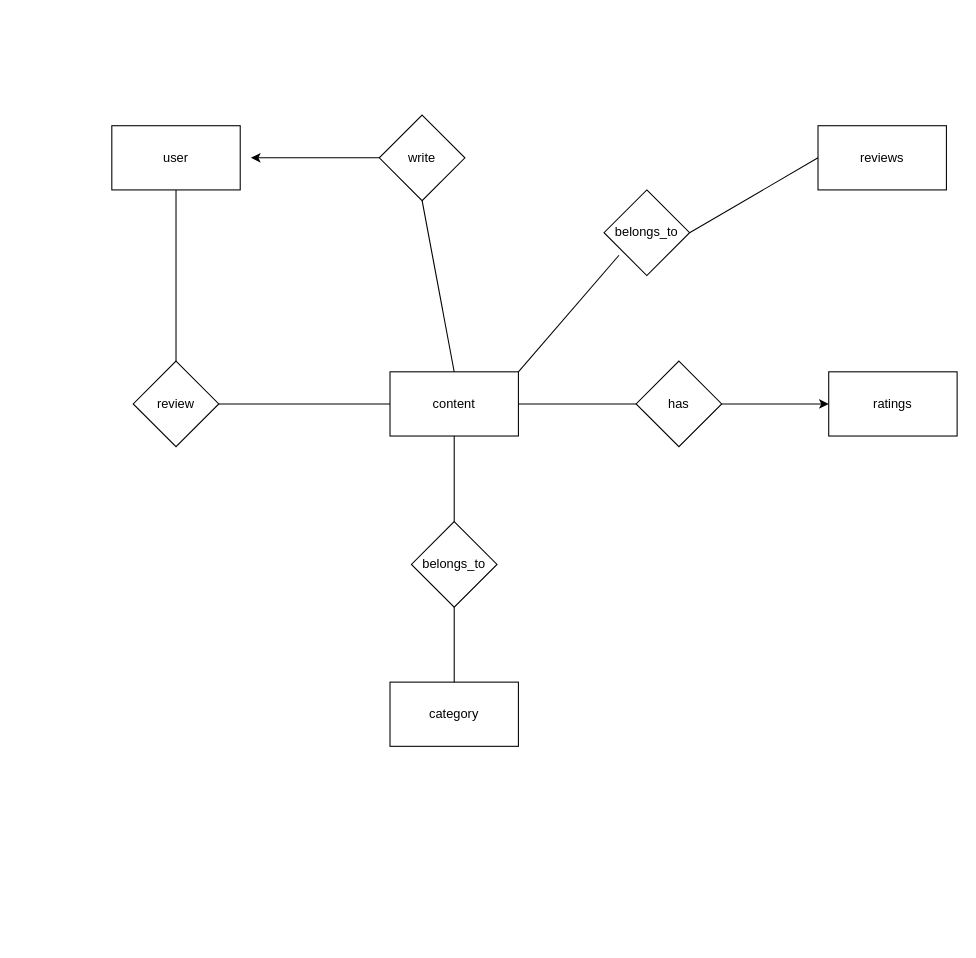
Before: Untitled Diagram.drawio in aTyro1/daa, a draw.io diagram. Source tidied: cells renumbered, new cells numbered last; positions are measured from the earlier drawing's top-left corner, leaving out a move shared by most shapes. Both pictures are drawn from the tidied source at 107%, with x=0, y=0 at pixel (111, 114).
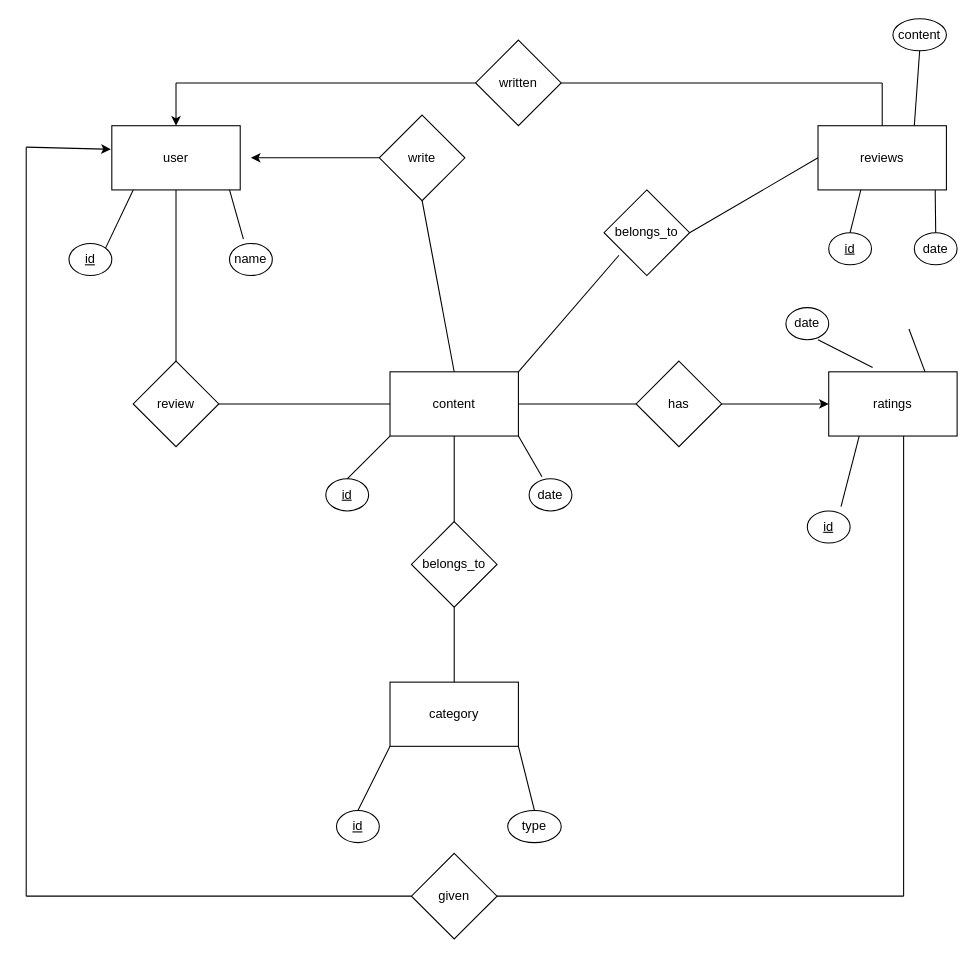
Above is the later version.

Unchanged cells that the change refers to:
```xml
<mxCell id="2" value="user" style="rounded=0;whiteSpace=wrap;html=1;" parent="1" vertex="1">
  <mxGeometry y="10" width="120" height="60" as="geometry" />
</mxCell>
<mxCell id="10" value="category" style="rounded=0;whiteSpace=wrap;html=1;" parent="1" vertex="1">
  <mxGeometry x="260" y="530" width="120" height="60" as="geometry" />
</mxCell>
<mxCell id="14" value="ratings" style="rounded=0;whiteSpace=wrap;html=1;" parent="1" vertex="1">
  <mxGeometry x="670" y="240" width="120" height="60" as="geometry" />
</mxCell>
<mxCell id="18" value="reviews" style="rounded=0;whiteSpace=wrap;html=1;" parent="1" vertex="1">
  <mxGeometry x="660" y="10" width="120" height="60" as="geometry" />
</mxCell>
```

The edit, as a diff of the source:
```diff
@@
+    <mxCell id="22" value="&lt;u&gt;id&lt;/u&gt;" style="ellipse;whiteSpace=wrap;html=1;" parent="1" vertex="1">
+      <mxGeometry x="-40" y="120" width="40" height="30" as="geometry" />
+    </mxCell>
+    <mxCell id="23" style="endArrow=none;html=1;rounded=0;exitX=1;exitY=0;exitDx=0;exitDy=0;" parent="1" edge="1" source="22">
+      <mxGeometry relative="1" as="geometry">
+        <mxPoint x="20" y="70" as="targetPoint" />
+      </mxGeometry>
+    </mxCell>
+    <mxCell id="24" value="name" style="ellipse;whiteSpace=wrap;html=1;" parent="1" vertex="1">
+      <mxGeometry x="110" y="120" width="40" height="30" as="geometry" />
+    </mxCell>
+    <mxCell id="25" style="endArrow=none;html=1;rounded=0;exitX=0.325;exitY=-0.133;exitDx=0;exitDy=0;exitPerimeter=0;" parent="1" edge="1" source="24">
+      <mxGeometry relative="1" as="geometry">
+        <mxPoint x="110" y="70" as="targetPoint" />
+      </mxGeometry>
+    </mxCell>
+    <mxCell id="26" style="endArrow=none;html=1;rounded=0;" parent="1" edge="1" target="27">
+      <mxGeometry relative="1" as="geometry">
+        <mxPoint x="60" y="-30" as="sourcePoint" />
+      </mxGeometry>
+    </mxCell>
+    <mxCell id="27" value="written" style="rhombus;whiteSpace=wrap;html=1;" parent="1" vertex="1">
+      <mxGeometry x="340" y="-70" width="80" height="80" as="geometry" />
+    </mxCell>
+    <mxCell id="28" style="endArrow=none;html=1;rounded=0;" parent="1" edge="1">
+      <mxGeometry relative="1" as="geometry">
+        <mxPoint x="420" y="-30" as="sourcePoint" />
+        <mxPoint x="720" y="-30" as="targetPoint" />
+      </mxGeometry>
+    </mxCell>
+    <mxCell id="29" style="endArrow=none;html=1;rounded=0;" parent="1" edge="1" source="18">
+      <mxGeometry relative="1" as="geometry">
+        <mxPoint x="720" y="-30" as="targetPoint" />
+      </mxGeometry>
+    </mxCell>
+    <mxCell id="30" style="endArrow=classic;html=1;rounded=0;entryX=0.5;entryY=0;entryDx=0;entryDy=0;" parent="1" edge="1" target="2">
+      <mxGeometry relative="1" as="geometry">
+        <mxPoint x="60" y="-30" as="sourcePoint" />
+      </mxGeometry>
+    </mxCell>
+    <mxCell id="31" value="&lt;u&gt;id&lt;/u&gt;" style="ellipse;whiteSpace=wrap;html=1;" parent="1" vertex="1">
+      <mxGeometry x="670" y="110" width="40" height="30" as="geometry" />
+    </mxCell>
+    <mxCell id="32" style="endArrow=none;html=1;rounded=0;exitX=0.5;exitY=0;exitDx=0;exitDy=0;" parent="1" edge="1" source="31">
+      <mxGeometry relative="1" as="geometry">
+        <mxPoint x="700" y="70" as="targetPoint" />
+      </mxGeometry>
+    </mxCell>
+    <mxCell id="33" value="date" style="ellipse;whiteSpace=wrap;html=1;" parent="1" vertex="1">
+      <mxGeometry x="750" y="110" width="40" height="30" as="geometry" />
+    </mxCell>
+    <mxCell id="34" style="endArrow=none;html=1;rounded=0;exitX=0.5;exitY=0;exitDx=0;exitDy=0;" parent="1" edge="1" source="33">
+      <mxGeometry relative="1" as="geometry">
+        <mxPoint x="769.5" y="70" as="targetPoint" />
+      </mxGeometry>
+    </mxCell>
+    <mxCell id="35" style="endArrow=none;html=1;rounded=0;" parent="1" edge="1">
+      <mxGeometry relative="1" as="geometry">
+        <mxPoint x="-80" y="730" as="sourcePoint" />
+        <mxPoint x="-80" y="30" as="targetPoint" />
+      </mxGeometry>
+    </mxCell>
+    <mxCell id="36" style="endArrow=none;html=1;rounded=0;" parent="1" edge="1">
+      <mxGeometry relative="1" as="geometry">
+        <mxPoint x="-80" y="730" as="sourcePoint" />
+        <mxPoint x="280" y="730" as="targetPoint" />
+      </mxGeometry>
+    </mxCell>
+    <mxCell id="37" value="given" style="rhombus;whiteSpace=wrap;html=1;" parent="1" vertex="1">
+      <mxGeometry x="280" y="690" width="80" height="80" as="geometry" />
+    </mxCell>
+    <mxCell id="38" style="endArrow=none;html=1;rounded=0;" parent="1" edge="1">
+      <mxGeometry relative="1" as="geometry">
+        <mxPoint x="360" y="730" as="sourcePoint" />
+        <mxPoint x="740" y="730" as="targetPoint" />
+      </mxGeometry>
+    </mxCell>
+    <mxCell id="39" style="endArrow=none;html=1;rounded=0;" parent="1" edge="1">
+      <mxGeometry relative="1" as="geometry">
+        <mxPoint x="740" y="730" as="sourcePoint" />
+        <mxPoint x="740" y="300" as="targetPoint" />
+      </mxGeometry>
+    </mxCell>
+    <mxCell id="40" value="&lt;u&gt;id&lt;/u&gt;" style="ellipse;whiteSpace=wrap;html=1;" parent="1" vertex="1">
+      <mxGeometry x="650" y="370" width="40" height="30" as="geometry" />
+    </mxCell>
+    <mxCell id="41" style="endArrow=none;html=1;rounded=0;exitX=0.7;exitY=-0.133;exitDx=0;exitDy=0;exitPerimeter=0;" parent="1" edge="1">
+      <mxGeometry relative="1" as="geometry">
+        <mxPoint x="681.5" y="366" as="sourcePoint" />
+        <mxPoint x="698.5" y="300" as="targetPoint" />
+      </mxGeometry>
+    </mxCell>
+    <mxCell id="42" value="date" style="ellipse;whiteSpace=wrap;html=1;" parent="1" vertex="1">
+      <mxGeometry x="630" y="180" width="40" height="30" as="geometry" />
+    </mxCell>
+    <mxCell id="43" style="endArrow=none;html=1;rounded=0;exitX=0.342;exitY=-0.067;exitDx=0;exitDy=0;exitPerimeter=0;" parent="1" edge="1" source="14">
+      <mxGeometry relative="1" as="geometry">
+        <mxPoint x="660" y="210" as="targetPoint" />
+      </mxGeometry>
+    </mxCell>
+    <mxCell id="44" value="type" style="ellipse;whiteSpace=wrap;html=1;" parent="1" vertex="1">
+      <mxGeometry x="370" y="650" width="50" height="30" as="geometry" />
+    </mxCell>
+    <mxCell id="45" style="endArrow=none;html=1;rounded=0;exitX=0.75;exitY=0;exitDx=0;exitDy=0;" parent="1" edge="1" source="14">
+      <mxGeometry relative="1" as="geometry">
+        <mxPoint x="745" y="200" as="targetPoint" />
+      </mxGeometry>
+    </mxCell>
+    <mxCell id="46" style="endArrow=classic;html=1;rounded=0;entryX=-0.008;entryY=0.367;entryDx=0;entryDy=0;entryPerimeter=0;" parent="1" edge="1" target="2">
+      <mxGeometry relative="1" as="geometry">
+        <mxPoint x="-80" y="30" as="sourcePoint" />
+      </mxGeometry>
+    </mxCell>
+    <mxCell id="47" value="content" style="ellipse;whiteSpace=wrap;html=1;" parent="1" vertex="1">
+      <mxGeometry x="730" y="-90" width="50" height="30" as="geometry" />
+    </mxCell>
+    <mxCell id="48" style="endArrow=none;html=1;rounded=0;exitX=0.75;exitY=0;exitDx=0;exitDy=0;" parent="1" edge="1" source="18">
+      <mxGeometry relative="1" as="geometry">
+        <mxPoint x="755" y="-60" as="targetPoint" />
+      </mxGeometry>
+    </mxCell>
+    <mxCell id="49" value="&lt;u&gt;id&lt;/u&gt;" style="ellipse;whiteSpace=wrap;html=1;" parent="1" vertex="1">
+      <mxGeometry x="200" y="340" width="40" height="30" as="geometry" />
+    </mxCell>
+    <mxCell id="50" style="endArrow=none;html=1;rounded=0;" parent="1" edge="1">
+      <mxGeometry relative="1" as="geometry">
+        <mxPoint x="220" y="340" as="sourcePoint" />
+        <mxPoint x="260" y="300" as="targetPoint" />
+      </mxGeometry>
+    </mxCell>
+    <mxCell id="51" value="date" style="ellipse;whiteSpace=wrap;html=1;" parent="1" vertex="1">
+      <mxGeometry x="390" y="340" width="40" height="30" as="geometry" />
+    </mxCell>
+    <mxCell id="52" style="endArrow=none;html=1;rounded=0;entryX=0.3;entryY=-0.067;entryDx=0;entryDy=0;entryPerimeter=0;" parent="1" edge="1" target="51">
+      <mxGeometry relative="1" as="geometry">
+        <mxPoint x="380" y="300" as="sourcePoint" />
+      </mxGeometry>
+    </mxCell>
+    <mxCell id="53" value="&lt;u&gt;id&lt;/u&gt;" style="ellipse;whiteSpace=wrap;html=1;" parent="1" vertex="1">
+      <mxGeometry x="210" y="650" width="40" height="30" as="geometry" />
+    </mxCell>
+    <mxCell id="54" style="endArrow=none;html=1;rounded=0;entryX=0;entryY=1;entryDx=0;entryDy=0;" parent="1" edge="1" target="10">
+      <mxGeometry relative="1" as="geometry">
+        <mxPoint x="230" y="650" as="sourcePoint" />
+      </mxGeometry>
+    </mxCell>
+    <mxCell id="55" style="endArrow=none;html=1;rounded=0;entryX=0.5;entryY=0;entryDx=0;entryDy=0;exitX=1;exitY=1;exitDx=0;exitDy=0;" parent="1" edge="1" source="10" target="44">
+      <mxGeometry relative="1" as="geometry" />
+    </mxCell>
```
